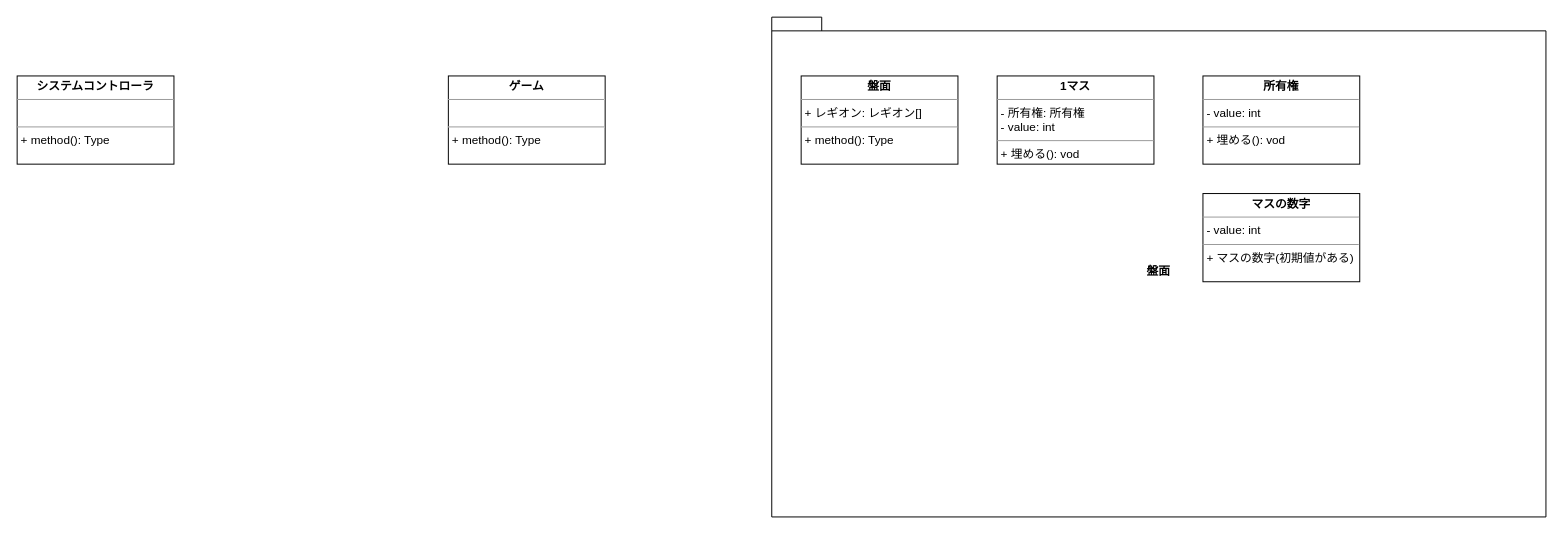
The draw.io diagram RPG.drawio in motoo1789/draw.io, before the edit. Source tidied: cells renumbered, new cells numbered last; positions are measured from the earlier drawing's top-left corner, leaving out a move shared by most shapes. Both pictures are drawn from the tidied source at 98%, with x=0, y=0 at pixel (17, 17).
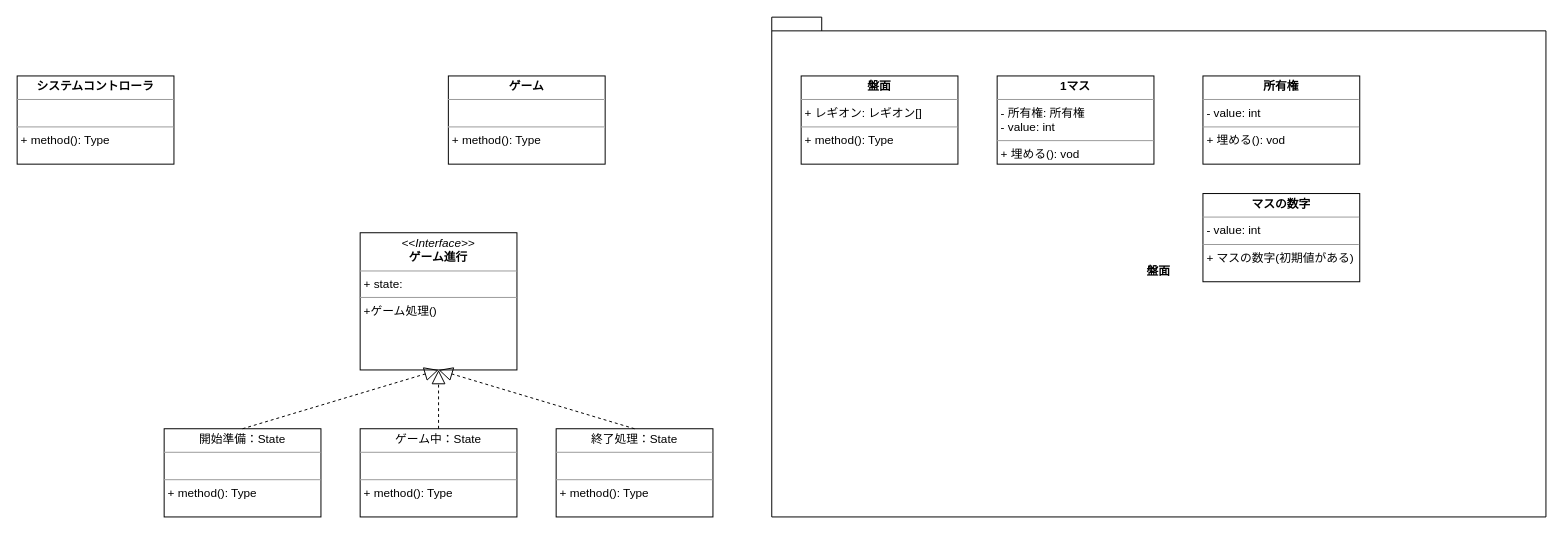
The same page after the edit.

Commit message:
ゲームの進行管理

What changed in the source:
```diff
@@
 <mxGraphModel>
   <root>
     <mxCell id="0" />
     <mxCell id="1" parent="0" />
     <mxCell id="2" value="盤面" style="shape=folder;fontStyle=1;spacingTop=10;tabWidth=40;tabHeight=14;tabPosition=left;html=1;whiteSpace=wrap;" parent="1" vertex="1">
       <mxGeometry x="770" width="790" height="510" as="geometry" />
     </mxCell>
     <mxCell id="3" value="&lt;p style=&quot;margin:0px;margin-top:4px;text-align:center;&quot;&gt;&lt;b&gt;盤面&lt;/b&gt;&lt;br&gt;&lt;/p&gt;&lt;hr size=&quot;1&quot;&gt;&lt;p style=&quot;margin:0px;margin-left:4px;&quot;&gt;+ レギオン: レギオン[]&lt;br&gt;&lt;/p&gt;&lt;hr size=&quot;1&quot;&gt;&lt;p style=&quot;margin:0px;margin-left:4px;&quot;&gt;+ method(): Type&lt;/p&gt;" style="verticalAlign=top;align=left;overflow=fill;fontSize=12;fontFamily=Helvetica;html=1;" parent="1" vertex="1">
       <mxGeometry x="800" y="60" width="160" height="90" as="geometry" />
     </mxCell>
     <mxCell id="4" value="&lt;p style=&quot;margin:0px;margin-top:4px;text-align:center;&quot;&gt;&lt;b&gt;ゲーム&lt;/b&gt;&lt;br&gt;&lt;/p&gt;&lt;hr size=&quot;1&quot;&gt;&lt;p style=&quot;margin:0px;margin-left:4px;&quot;&gt;&lt;br&gt;&lt;/p&gt;&lt;hr size=&quot;1&quot;&gt;&lt;p style=&quot;margin:0px;margin-left:4px;&quot;&gt;+ method(): Type&lt;/p&gt;" style="verticalAlign=top;align=left;overflow=fill;fontSize=12;fontFamily=Helvetica;html=1;" parent="1" vertex="1">
       <mxGeometry x="440" y="60" width="160" height="90" as="geometry" />
     </mxCell>
     <mxCell id="5" value="&lt;p style=&quot;margin:0px;margin-top:4px;text-align:center;&quot;&gt;&lt;b&gt;システムコントローラ&lt;/b&gt;&lt;br&gt;&lt;/p&gt;&lt;hr size=&quot;1&quot;&gt;&lt;p style=&quot;margin:0px;margin-left:4px;&quot;&gt;&lt;br&gt;&lt;/p&gt;&lt;hr size=&quot;1&quot;&gt;&lt;p style=&quot;margin:0px;margin-left:4px;&quot;&gt;+ method(): Type&lt;/p&gt;" style="verticalAlign=top;align=left;overflow=fill;fontSize=12;fontFamily=Helvetica;html=1;" parent="1" vertex="1">
       <mxGeometry y="60" width="160" height="90" as="geometry" />
     </mxCell>
     <mxCell id="6" value="&lt;p style=&quot;margin:0px;margin-top:4px;text-align:center;&quot;&gt;&lt;b&gt;1マス&lt;/b&gt;&lt;br&gt;&lt;/p&gt;&lt;hr size=&quot;1&quot;&gt;&lt;p style=&quot;margin:0px;margin-left:4px;&quot;&gt;- 所有権: 所有権&lt;br&gt;&lt;/p&gt;&lt;p style=&quot;margin:0px;margin-left:4px;&quot;&gt;- value: int&lt;br&gt;&lt;/p&gt;&lt;hr size=&quot;1&quot;&gt;&lt;p style=&quot;margin:0px;margin-left:4px;&quot;&gt;+ 埋める(): vod&lt;br&gt;&lt;/p&gt;" style="verticalAlign=top;align=left;overflow=fill;fontSize=12;fontFamily=Helvetica;html=1;" parent="1" vertex="1">
       <mxGeometry x="1000" y="60" width="160" height="90" as="geometry" />
     </mxCell>
     <mxCell id="7" value="&lt;p style=&quot;margin:0px;margin-top:4px;text-align:center;&quot;&gt;&lt;b&gt;所有権&lt;/b&gt;&lt;br&gt;&lt;/p&gt;&lt;hr size=&quot;1&quot;&gt;&lt;p style=&quot;margin:0px;margin-left:4px;&quot;&gt;- value: int&lt;br&gt;&lt;/p&gt;&lt;hr size=&quot;1&quot;&gt;&lt;p style=&quot;margin:0px;margin-left:4px;&quot;&gt;+ 埋める(): vod&lt;br&gt;&lt;/p&gt;" style="verticalAlign=top;align=left;overflow=fill;fontSize=12;fontFamily=Helvetica;html=1;" parent="1" vertex="1">
       <mxGeometry x="1210" y="60" width="160" height="90" as="geometry" />
     </mxCell>
     <mxCell id="8" value="&lt;p style=&quot;margin:0px;margin-top:4px;text-align:center;&quot;&gt;&lt;b&gt;マスの数字&lt;/b&gt;&lt;br&gt;&lt;/p&gt;&lt;hr size=&quot;1&quot;&gt;&lt;p style=&quot;margin:0px;margin-left:4px;&quot;&gt;- value: int&lt;br&gt;&lt;/p&gt;&lt;hr size=&quot;1&quot;&gt;&lt;p style=&quot;margin:0px;margin-left:4px;&quot;&gt;+ マスの数字(初期値がある)&lt;br&gt;&lt;/p&gt;" style="verticalAlign=top;align=left;overflow=fill;fontSize=12;fontFamily=Helvetica;html=1;" parent="1" vertex="1">
       <mxGeometry x="1210" y="180" width="160" height="90" as="geometry" />
     </mxCell>
+    <mxCell id="9" value="&lt;p style=&quot;margin:0px;margin-top:4px;text-align:center;&quot;&gt;開始準備：State&lt;br&gt;&lt;/p&gt;&lt;hr size=&quot;1&quot;&gt;&lt;p style=&quot;margin:0px;margin-left:4px;&quot;&gt;&lt;br&gt;&lt;/p&gt;&lt;hr size=&quot;1&quot;&gt;&lt;p style=&quot;margin:0px;margin-left:4px;&quot;&gt;+ method(): Type&lt;/p&gt;" style="verticalAlign=top;align=left;overflow=fill;fontSize=12;fontFamily=Helvetica;html=1;" parent="1" vertex="1">
+      <mxGeometry x="150" y="420" width="160" height="90" as="geometry" />
+    </mxCell>
+    <mxCell id="10" value="&lt;p style=&quot;margin:0px;margin-top:4px;text-align:center;&quot;&gt;ゲーム中：State&lt;br&gt;&lt;/p&gt;&lt;hr size=&quot;1&quot;&gt;&lt;p style=&quot;margin:0px;margin-left:4px;&quot;&gt;&lt;br&gt;&lt;/p&gt;&lt;hr size=&quot;1&quot;&gt;&lt;p style=&quot;margin:0px;margin-left:4px;&quot;&gt;+ method(): Type&lt;/p&gt;" style="verticalAlign=top;align=left;overflow=fill;fontSize=12;fontFamily=Helvetica;html=1;" parent="1" vertex="1">
+      <mxGeometry x="350" y="420" width="160" height="90" as="geometry" />
+    </mxCell>
+    <mxCell id="11" value="&lt;p style=&quot;margin:0px;margin-top:4px;text-align:center;&quot;&gt;終了処理：State&lt;br&gt;&lt;/p&gt;&lt;hr size=&quot;1&quot;&gt;&lt;p style=&quot;margin:0px;margin-left:4px;&quot;&gt;&lt;br&gt;&lt;/p&gt;&lt;hr size=&quot;1&quot;&gt;&lt;p style=&quot;margin:0px;margin-left:4px;&quot;&gt;+ method(): Type&lt;/p&gt;" style="verticalAlign=top;align=left;overflow=fill;fontSize=12;fontFamily=Helvetica;html=1;" parent="1" vertex="1">
+      <mxGeometry x="550" y="420" width="160" height="90" as="geometry" />
+    </mxCell>
+    <mxCell id="12" value="&lt;p style=&quot;margin:0px;margin-top:4px;text-align:center;&quot;&gt;&lt;i&gt;&amp;lt;&amp;lt;Interface&amp;gt;&amp;gt;&lt;/i&gt;&lt;br&gt;&lt;b&gt;ゲーム進行&lt;/b&gt;&lt;br&gt;&lt;/p&gt;&lt;hr size=&quot;1&quot;&gt;&lt;p style=&quot;margin:0px;margin-left:4px;&quot;&gt;+ state: &lt;br&gt;&lt;/p&gt;&lt;hr size=&quot;1&quot;&gt;&lt;p style=&quot;margin:0px;margin-left:4px;&quot;&gt;+ゲーム処理()&lt;br&gt;&lt;/p&gt;" style="verticalAlign=top;align=left;overflow=fill;fontSize=12;fontFamily=Helvetica;html=1;whiteSpace=wrap;" parent="1" vertex="1">
+      <mxGeometry x="350" y="220" width="160" height="140" as="geometry" />
+    </mxCell>
+    <mxCell id="13" style="endArrow=block;dashed=1;endFill=0;endSize=12;html=1;rounded=0;exitX=0.5;exitY=0;exitDx=0;exitDy=0;entryX=0.5;entryY=1;entryDx=0;entryDy=0;" parent="1" edge="1" source="9" target="12">
+      <mxGeometry relative="1" as="geometry" />
+    </mxCell>
+    <mxCell id="14" style="endArrow=block;dashed=1;endFill=0;endSize=12;html=1;rounded=0;exitX=0.5;exitY=0;exitDx=0;exitDy=0;entryX=0.5;entryY=1;entryDx=0;entryDy=0;" parent="1" edge="1" source="10" target="12">
+      <mxGeometry relative="1" as="geometry" />
+    </mxCell>
+    <mxCell id="15" style="endArrow=block;dashed=1;endFill=0;endSize=12;html=1;rounded=0;exitX=0.5;exitY=0;exitDx=0;exitDy=0;entryX=0.5;entryY=1;entryDx=0;entryDy=0;" parent="1" edge="1" source="11" target="12">
+      <mxGeometry relative="1" as="geometry" />
+    </mxCell>
   </root>
 </mxGraphModel>
```
